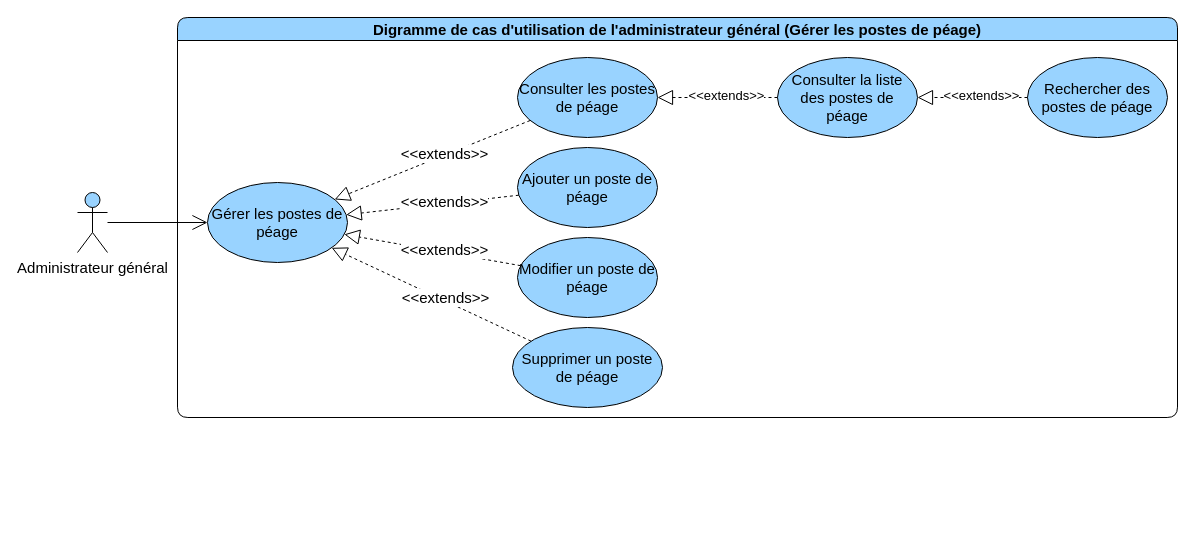
The draw.io diagram page "gerer les poste de peage" (3 of 6) of diagrams/use-case/administrateur-general.drawio in devlotfi/peage-pay, before the edit. Source tidied: cells renumbered, new cells numbered last; positions are measured from the earlier drawing's top-left corner, leaving out a move shared by most shapes. Both pictures are drawn from the tidied source at 100%, with x=0, y=0 at pixel (77, 17).
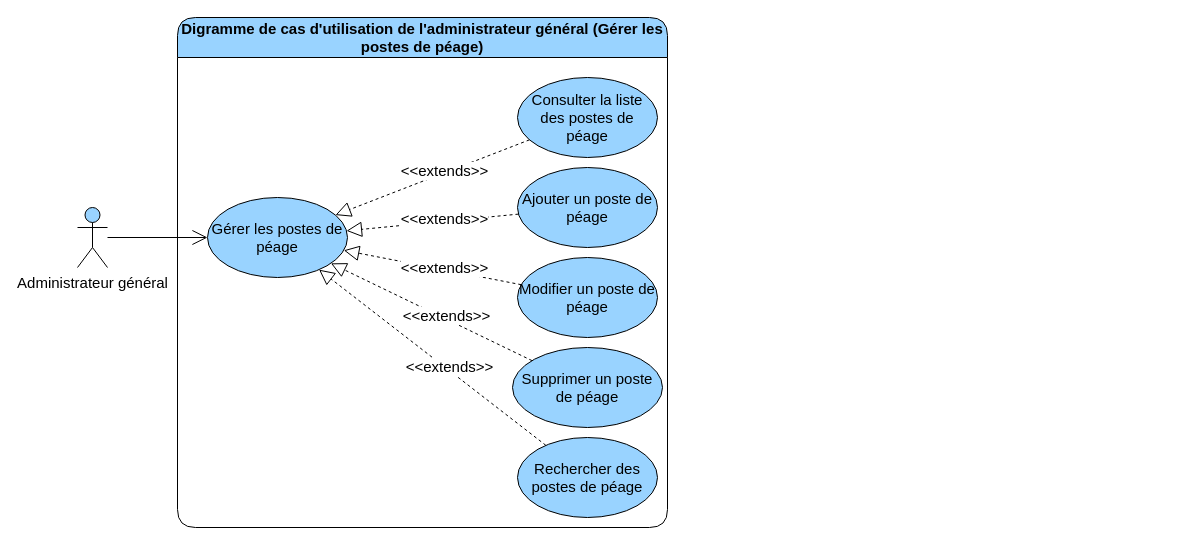
Above is the later version.

Diff of the diagram source:
```diff
@@
-    <mxCell id="2" value="Digramme de cas d'utilisation de l'administrateur général (Gérer les postes de péage)" style="swimlane;whiteSpace=wrap;html=1;rounded=1;fillColor=#99D3FF;fontSize=15;" parent="1" vertex="1">
-      <mxGeometry x="100" width="1000" height="400" as="geometry" />
+    <mxCell id="2" value="Digramme de cas d'utilisation de l'administrateur général (Gérer les postes de péage)" style="swimlane;whiteSpace=wrap;html=1;rounded=1;fillColor=#99D3FF;fontSize=15;startSize=40;" parent="1" vertex="1">
+      <mxGeometry x="100" width="490" height="510" as="geometry" />
     </mxCell>
     <mxCell id="3" value="Ajouter un poste de péage" style="ellipse;whiteSpace=wrap;html=1;strokeColor=default;align=center;verticalAlign=middle;fontFamily=Helvetica;fontSize=15;fontColor=default;fillColor=#99D3FF;" parent="2" vertex="1">
-      <mxGeometry x="340" y="130" width="140" height="80" as="geometry" />
+      <mxGeometry x="340" y="150" width="140" height="80" as="geometry" />
     </mxCell>
     <mxCell id="4" value="Modifier un poste de péage" style="ellipse;whiteSpace=wrap;html=1;strokeColor=default;align=center;verticalAlign=middle;fontFamily=Helvetica;fontSize=15;fontColor=default;fillColor=#99D3FF;" parent="2" vertex="1">
-      <mxGeometry x="340" y="220" width="140" height="80" as="geometry" />
+      <mxGeometry x="340" y="240" width="140" height="80" as="geometry" />
     </mxCell>
     <mxCell id="5" value="Supprimer un poste de péage" style="ellipse;whiteSpace=wrap;html=1;strokeColor=default;align=center;verticalAlign=middle;fontFamily=Helvetica;fontSize=15;fontColor=default;fillColor=#99D3FF;" parent="2" vertex="1">
-      <mxGeometry x="335" y="310" width="150" height="80" as="geometry" />
+      <mxGeometry x="335" y="330" width="150" height="80" as="geometry" />
     </mxCell>
-    <mxCell id="6" value="Consulter les postes de péage" style="ellipse;whiteSpace=wrap;html=1;strokeColor=default;align=center;verticalAlign=middle;fontFamily=Helvetica;fontSize=15;fontColor=default;fillColor=#99D3FF;" parent="2" vertex="1">
-      <mxGeometry x="340" y="40" width="140" height="80" as="geometry" />
+    <mxCell id="6" value="Consulter la liste des postes de péage" style="ellipse;whiteSpace=wrap;html=1;strokeColor=default;align=center;verticalAlign=middle;fontFamily=Helvetica;fontSize=15;fontColor=default;fillColor=#99D3FF;" parent="2" vertex="1">
+      <mxGeometry x="340" y="60" width="140" height="80" as="geometry" />
     </mxCell>
     <mxCell id="7" value="Rechercher des postes de péage" style="ellipse;whiteSpace=wrap;html=1;strokeColor=default;align=center;verticalAlign=middle;fontFamily=Helvetica;fontSize=15;fontColor=default;fillColor=#99D3FF;" parent="2" vertex="1">
-      <mxGeometry x="850" y="40" width="140" height="80" as="geometry" />
+      <mxGeometry x="340" y="420" width="140" height="80" as="geometry" />
     </mxCell>
@@
-    <mxCell id="16" value="Consulter la liste des postes de péage" style="ellipse;whiteSpace=wrap;html=1;strokeColor=default;align=center;verticalAlign=middle;fontFamily=Helvetica;fontSize=15;fontColor=default;fillColor=#99D3FF;" parent="2" vertex="1">
-      <mxGeometry x="600" y="40" width="140" height="80" as="geometry" />
-    </mxCell>
-    <mxCell id="17" style="edgeStyle=none;rounded=0;jettySize=auto;html=1;dashed=1;strokeColor=default;align=center;verticalAlign=middle;fontFamily=Helvetica;fontSize=15;fontColor=default;labelBackgroundColor=default;startSize=6;endArrow=block;endFill=0;endSize=13;" parent="2" edge="1" source="16" target="6">
-      <mxGeometry relative="1" as="geometry" />
-    </mxCell>
-    <mxCell id="18" value="&amp;lt;&amp;lt;extends&amp;gt;&amp;gt;" style="edgeLabel;html=1;align=center;verticalAlign=middle;strokeColor=default;fontFamily=Helvetica;fontSize=13;fontColor=default;labelBackgroundColor=default;fillColor=#99D3FF;" parent="17" vertex="1">
-      <mxGeometry x="-0.12" y="-3" relative="1" as="geometry">
-        <mxPoint x="1" as="offset" />
-      </mxGeometry>
-    </mxCell>
-    <mxCell id="19" style="edgeStyle=none;rounded=0;jettySize=auto;html=1;dashed=1;strokeColor=default;align=center;verticalAlign=middle;fontFamily=Helvetica;fontSize=15;fontColor=default;labelBackgroundColor=default;startSize=6;endArrow=block;endFill=0;endSize=13;" parent="2" edge="1" source="7" target="16">
-      <mxGeometry relative="1" as="geometry" />
-    </mxCell>
-    <mxCell id="20" value="&amp;lt;&amp;lt;extends&amp;gt;&amp;gt;" style="edgeLabel;html=1;align=center;verticalAlign=middle;strokeColor=default;fontFamily=Helvetica;fontSize=13;fontColor=default;labelBackgroundColor=default;fillColor=#99D3FF;" parent="19" vertex="1">
-      <mxGeometry x="-0.12" y="-3" relative="1" as="geometry">
-        <mxPoint x="1" as="offset" />
-      </mxGeometry>
-    </mxCell>
     <mxCell id="21" value="Gérer les postes de péage" style="ellipse;whiteSpace=wrap;html=1;strokeColor=default;align=center;verticalAlign=middle;fontFamily=Helvetica;fontSize=15;fontColor=default;fillColor=#99D3FF;" parent="2" vertex="1">
-      <mxGeometry x="30" y="165" width="140" height="80" as="geometry" />
+      <mxGeometry x="30" y="180" width="140" height="80" as="geometry" />
     </mxCell>
+    <mxCell id="24" style="edgeStyle=none;rounded=0;jettySize=auto;html=1;dashed=1;strokeColor=default;align=center;verticalAlign=middle;fontFamily=Helvetica;fontSize=15;fontColor=default;labelBackgroundColor=default;startSize=6;endArrow=block;endFill=0;endSize=13;" parent="2" edge="1" source="7" target="21">
+      <mxGeometry relative="1" as="geometry" />
+    </mxCell>
+    <mxCell id="25" value="&amp;lt;&amp;lt;extends&amp;gt;&amp;gt;" style="edgeLabel;html=1;align=center;verticalAlign=middle;strokeColor=default;fontFamily=Helvetica;fontSize=15;fontColor=default;labelBackgroundColor=default;fillColor=#99D3FF;" parent="24" vertex="1">
+      <mxGeometry x="-0.12" y="-3" relative="1" as="geometry">
+        <mxPoint x="1" as="offset" />
+      </mxGeometry>
+    </mxCell>
     <mxCell id="22" value="Administrateur général" style="shape=umlActor;verticalLabelPosition=bottom;verticalAlign=top;html=1;outlineConnect=0;strokeColor=default;align=center;fontFamily=Helvetica;fontSize=15;fontColor=default;fillColor=#99D3FF;" parent="1" vertex="1">
-      <mxGeometry y="175" width="30" height="60" as="geometry" />
+      <mxGeometry y="190" width="30" height="60" as="geometry" />
     </mxCell>
```
